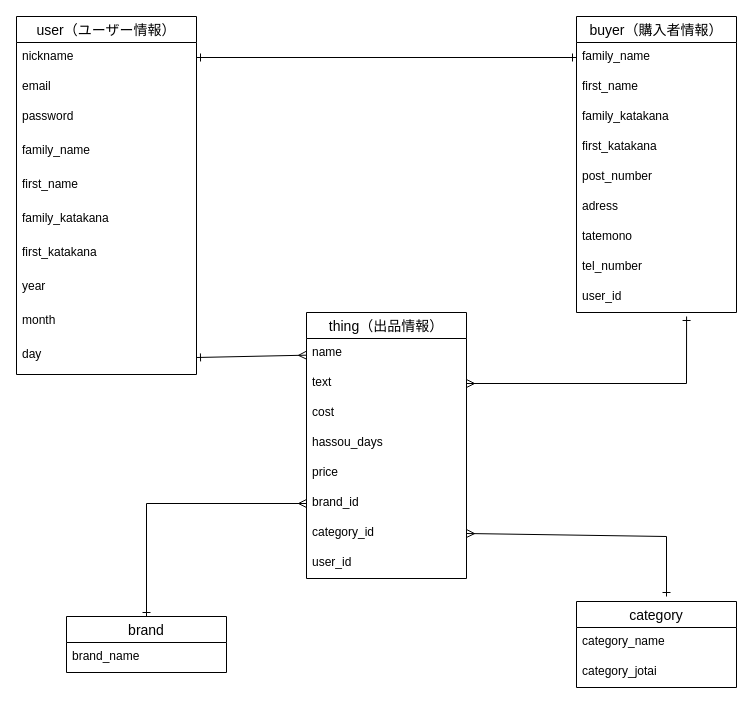
Earlier version of the draw.io diagram test.dio (gocci45/furima-32064). Source tidied: cells renumbered, new cells numbered last; positions are measured from the earlier drawing's top-left corner, leaving out a move shared by most shapes. Both pictures are drawn from the tidied source at 100%, with x=0, y=0 at pixel (16, 16).
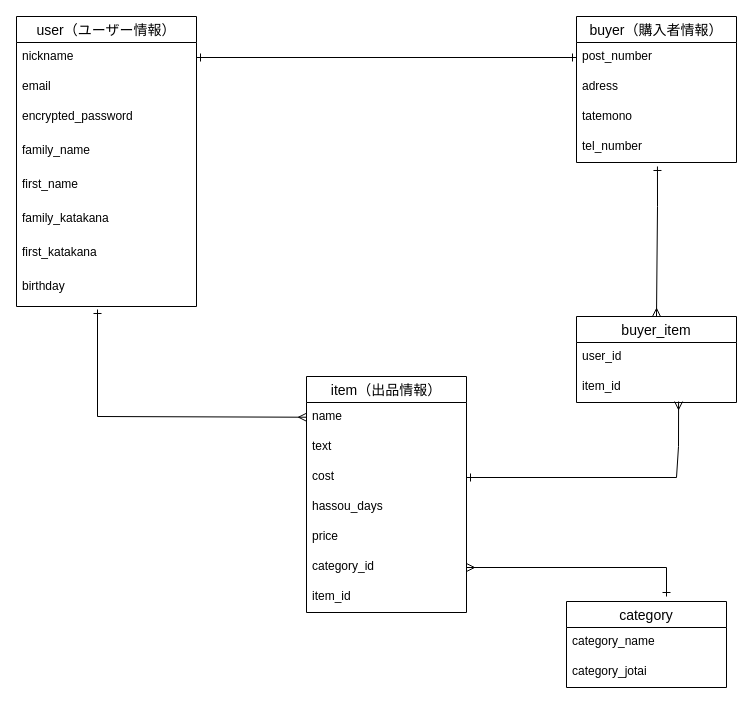
The same page after the edit.

The change refers to these unchanged cells:
```xml
<mxCell id="3" value="nickname" style="text;strokeColor=none;fillColor=none;spacingLeft=4;spacingRight=4;overflow=hidden;points=[[0,0.5],[1,0.5]];portConstraint=eastwest;fontSize=12;" parent="2" vertex="1">
  <mxGeometry y="26" width="180" height="30" as="geometry" />
</mxCell>
<mxCell id="30" value="name" style="text;strokeColor=none;fillColor=none;spacingLeft=4;spacingRight=4;overflow=hidden;points=[[0,0.5],[1,0.5]];portConstraint=eastwest;fontSize=12;" parent="29" vertex="1">
  <mxGeometry y="26" width="160" height="30" as="geometry" />
</mxCell>
<mxCell id="31" value="text" style="text;strokeColor=none;fillColor=none;spacingLeft=4;spacingRight=4;overflow=hidden;points=[[0,0.5],[1,0.5]];portConstraint=eastwest;fontSize=12;" parent="29" vertex="1">
  <mxGeometry y="56" width="160" height="30" as="geometry" />
</mxCell>
<mxCell id="32" value="cost" style="text;strokeColor=none;fillColor=none;spacingLeft=4;spacingRight=4;overflow=hidden;points=[[0,0.5],[1,0.5]];portConstraint=eastwest;fontSize=12;" parent="29" vertex="1">
  <mxGeometry y="86" width="160" height="30" as="geometry" />
</mxCell>
```

Diff of the diagram source:
```diff
@@
     <mxCell id="2" value="user（ユーザー情報）" style="swimlane;fontStyle=0;horizontal=1;startSize=26;align=center;fontSize=14;" parent="1" vertex="1">
-      <mxGeometry width="180" height="358" as="geometry" />
+      <mxGeometry width="180" height="290" as="geometry" />
     </mxCell>
@@
-    <mxCell id="5" value="password" style="text;strokeColor=none;fillColor=none;spacingLeft=4;spacingRight=4;overflow=hidden;fontSize=12;" parent="2" vertex="1">
+    <mxCell id="5" value="encrypted_password" style="text;strokeColor=none;fillColor=none;spacingLeft=4;spacingRight=4;overflow=hidden;fontSize=12;" parent="2" vertex="1">
       <mxGeometry y="86" width="180" height="34" as="geometry" />
     </mxCell>
@@
-    <mxCell id="10" value="year" style="text;strokeColor=none;fillColor=none;spacingLeft=4;spacingRight=4;overflow=hidden;points=[[0,0.5],[1,0.5]];portConstraint=eastwest;fontSize=12;" parent="2" vertex="1">
+    <mxCell id="10" value="birthday" style="text;strokeColor=none;fillColor=none;spacingLeft=4;spacingRight=4;overflow=hidden;points=[[0,0.5],[1,0.5]];portConstraint=eastwest;fontSize=12;" parent="2" vertex="1">
       <mxGeometry y="256" width="180" height="34" as="geometry" />
     </mxCell>
-    <mxCell id="11" value="month" style="text;strokeColor=none;fillColor=none;spacingLeft=4;spacingRight=4;overflow=hidden;fontSize=12;" parent="2" vertex="1">
-      <mxGeometry y="290" width="180" height="34" as="geometry" />
-    </mxCell>
-    <mxCell id="12" value="day" style="text;strokeColor=none;fillColor=none;spacingLeft=4;spacingRight=4;overflow=hidden;points=[[0,0.5],[1,0.5]];portConstraint=eastwest;fontSize=12;" parent="2" vertex="1">
-      <mxGeometry y="324" width="180" height="34" as="geometry" />
-    </mxCell>
     <mxCell id="13" value="buyer（購入者情報）" style="swimlane;fontStyle=0;horizontal=1;startSize=26;align=center;fontSize=14;" parent="1" vertex="1">
-      <mxGeometry x="560" width="160" height="296" as="geometry" />
+      <mxGeometry x="560" width="160" height="146" as="geometry" />
     </mxCell>
-    <mxCell id="14" value="family_name" style="text;strokeColor=none;fillColor=none;spacingLeft=4;spacingRight=4;overflow=hidden;points=[[0,0.5],[1,0.5]];portConstraint=eastwest;fontSize=12;" parent="13" vertex="1">
-      <mxGeometry y="26" width="160" height="30" as="geometry" />
-    </mxCell>
-    <mxCell id="15" value="first_name" style="text;strokeColor=none;fillColor=none;spacingLeft=4;spacingRight=4;overflow=hidden;fontSize=12;" parent="13" vertex="1">
-      <mxGeometry y="56" width="160" height="30" as="geometry" />
-    </mxCell>
-    <mxCell id="16" value="family_katakana" style="text;strokeColor=none;fillColor=none;spacingLeft=4;spacingRight=4;overflow=hidden;fontSize=12;" parent="13" vertex="1">
-      <mxGeometry y="86" width="160" height="30" as="geometry" />
-    </mxCell>
-    <mxCell id="17" value="first_katakana" style="text;strokeColor=none;fillColor=none;spacingLeft=4;spacingRight=4;overflow=hidden;fontSize=12;" parent="13" vertex="1">
-      <mxGeometry y="116" width="160" height="30" as="geometry" />
-    </mxCell>
     <mxCell id="18" value="post_number" style="text;strokeColor=none;fillColor=none;spacingLeft=4;spacingRight=4;overflow=hidden;fontSize=12;" parent="13" vertex="1">
-      <mxGeometry y="146" width="160" height="30" as="geometry" />
+      <mxGeometry y="26" width="160" height="30" as="geometry" />
     </mxCell>
     <mxCell id="19" value="adress" style="text;strokeColor=none;fillColor=none;spacingLeft=4;spacingRight=4;overflow=hidden;fontSize=12;" parent="13" vertex="1">
-      <mxGeometry y="176" width="160" height="30" as="geometry" />
+      <mxGeometry y="56" width="160" height="30" as="geometry" />
     </mxCell>
     <mxCell id="20" value="tatemono" style="text;strokeColor=none;fillColor=none;spacingLeft=4;spacingRight=4;overflow=hidden;fontSize=12;" parent="13" vertex="1">
-      <mxGeometry y="206" width="160" height="30" as="geometry" />
+      <mxGeometry y="86" width="160" height="30" as="geometry" />
     </mxCell>
     <mxCell id="21" value="tel_number" style="text;strokeColor=none;fillColor=none;spacingLeft=4;spacingRight=4;overflow=hidden;points=[[0,0.5],[1,0.5]];portConstraint=eastwest;fontSize=12;" parent="13" vertex="1">
-      <mxGeometry y="236" width="160" height="30" as="geometry" />
+      <mxGeometry y="116" width="160" height="30" as="geometry" />
     </mxCell>
-    <mxCell id="22" value="user_id" style="text;strokeColor=none;fillColor=none;spacingLeft=4;spacingRight=4;overflow=hidden;points=[[0,0.5],[1,0.5]];portConstraint=eastwest;fontSize=12;" parent="13" vertex="1">
-      <mxGeometry y="266" width="160" height="30" as="geometry" />
-    </mxCell>
-    <mxCell id="23" style="edgeStyle=none;rounded=0;jettySize=auto;html=1;exitX=0.5;exitY=0;exitDx=0;exitDy=0;entryX=0;entryY=0.5;entryDx=0;entryDy=0;startArrow=ERone;startFill=0;endArrow=ERmany;endFill=0;" parent="1" edge="1" source="24" target="35">
-      <mxGeometry relative="1" as="geometry">
-        <Array as="points">
-          <mxPoint x="130" y="487" />
-        </Array>
-      </mxGeometry>
-    </mxCell>
-    <mxCell id="24" value="brand" style="swimlane;fontStyle=0;horizontal=1;startSize=26;align=center;fontSize=14;" parent="1" vertex="1">
-      <mxGeometry x="50" y="600" width="160" height="56" as="geometry" />
-    </mxCell>
-    <mxCell id="25" value="brand_name" style="text;strokeColor=none;fillColor=none;spacingLeft=4;spacingRight=4;overflow=hidden;fontSize=12;" parent="24" vertex="1">
-      <mxGeometry y="26" width="160" height="30" as="geometry" />
-    </mxCell>
+    <mxCell id="38" style="edgeStyle=none;rounded=0;jettySize=auto;html=1;exitX=1;exitY=0.5;exitDx=0;exitDy=0;entryX=0;entryY=0.5;entryDx=0;entryDy=0;startArrow=ERone;startFill=0;endArrow=ERone;endFill=0;" parent="1" edge="1" source="3">
+      <mxGeometry relative="1" as="geometry">
+        <mxPoint x="560" y="41" as="targetPoint" />
+      </mxGeometry>
+    </mxCell>
+    <mxCell id="39" style="edgeStyle=none;rounded=0;jettySize=auto;html=1;exitX=1;exitY=0.5;exitDx=0;exitDy=0;startArrow=ERmany;startFill=0;endArrow=ERone;endFill=0;" parent="1" edge="1" source="36">
+      <mxGeometry relative="1" as="geometry">
+        <mxPoint x="650" y="580" as="targetPoint" />
+        <Array as="points">
+          <mxPoint x="650" y="551" />
+        </Array>
+      </mxGeometry>
+    </mxCell>
+    <mxCell id="40" style="edgeStyle=none;rounded=0;jettySize=auto;html=1;exitX=0.45;exitY=1.088;exitDx=0;exitDy=0;startArrow=ERone;startFill=0;endArrow=ERmany;endFill=0;exitPerimeter=0;" parent="1" edge="1" source="10" target="30">
+      <mxGeometry relative="1" as="geometry">
+        <Array as="points">
+          <mxPoint x="81" y="400" />
+        </Array>
+      </mxGeometry>
+    </mxCell>
     <mxCell id="26" value="category" style="swimlane;fontStyle=0;horizontal=1;startSize=26;align=center;fontSize=14;" parent="1" vertex="1">
-      <mxGeometry x="560" y="585" width="160" height="86" as="geometry" />
+      <mxGeometry x="550" y="585" width="160" height="86" as="geometry" />
     </mxCell>
@@
-    <mxCell id="29" value="thing（出品情報）" style="swimlane;fontStyle=0;horizontal=1;startSize=26;align=center;fontSize=14;" parent="1" vertex="1">
-      <mxGeometry x="290" y="296" width="160" height="266" as="geometry" />
+    <mxCell id="29" value="item（出品情報）" style="swimlane;fontStyle=0;horizontal=1;startSize=26;align=center;fontSize=14;" parent="1" vertex="1">
+      <mxGeometry x="290" y="360" width="160" height="236" as="geometry" />
     </mxCell>
@@
-    <mxCell id="35" value="brand_id" style="text;strokeColor=none;fillColor=none;spacingLeft=4;spacingRight=4;overflow=hidden;points=[[0,0.5],[1,0.5]];portConstraint=eastwest;fontSize=12;" parent="29" vertex="1">
-      <mxGeometry y="176" width="160" height="30" as="geometry" />
-    </mxCell>
     <mxCell id="36" value="category_id" style="text;strokeColor=none;fillColor=none;spacingLeft=4;spacingRight=4;overflow=hidden;points=[[0,0.5],[1,0.5]];portConstraint=eastwest;fontSize=12;" parent="29" vertex="1">
-      <mxGeometry y="206" width="160" height="30" as="geometry" />
+      <mxGeometry y="176" width="160" height="30" as="geometry" />
     </mxCell>
-    <mxCell id="37" value="user_id" style="text;strokeColor=none;fillColor=none;spacingLeft=4;spacingRight=4;overflow=hidden;fontSize=12;" parent="29" vertex="1">
-      <mxGeometry y="236" width="160" height="30" as="geometry" />
-    </mxCell>
-    <mxCell id="38" style="edgeStyle=none;rounded=0;jettySize=auto;html=1;exitX=1;exitY=0.5;exitDx=0;exitDy=0;entryX=0;entryY=0.5;entryDx=0;entryDy=0;startArrow=ERone;startFill=0;endArrow=ERone;endFill=0;" parent="1" edge="1" source="3" target="14">
-      <mxGeometry relative="1" as="geometry" />
-    </mxCell>
-    <mxCell id="39" style="edgeStyle=none;rounded=0;jettySize=auto;html=1;exitX=1;exitY=0.5;exitDx=0;exitDy=0;startArrow=ERmany;startFill=0;endArrow=ERone;endFill=0;" parent="1" edge="1" source="36">
-      <mxGeometry relative="1" as="geometry">
-        <mxPoint x="650" y="580" as="targetPoint" />
-        <Array as="points">
-          <mxPoint x="650" y="520" />
-        </Array>
-      </mxGeometry>
-    </mxCell>
-    <mxCell id="40" style="edgeStyle=none;rounded=0;jettySize=auto;html=1;exitX=1;exitY=0.5;exitDx=0;exitDy=0;startArrow=ERone;startFill=0;endArrow=ERmany;endFill=0;" parent="1" edge="1" source="12" target="30">
-      <mxGeometry relative="1" as="geometry" />
-    </mxCell>
-    <mxCell id="41" style="edgeStyle=none;rounded=0;jettySize=auto;html=1;exitX=1;exitY=0.5;exitDx=0;exitDy=0;entryX=0.688;entryY=1.133;entryDx=0;entryDy=0;entryPerimeter=0;startArrow=ERmany;startFill=0;endArrow=ERone;endFill=0;" parent="1" edge="1" source="31" target="22">
-      <mxGeometry relative="1" as="geometry">
-        <Array as="points">
-          <mxPoint x="670" y="367" />
-        </Array>
-      </mxGeometry>
-    </mxCell>
+    <mxCell id="42" value="item_id" style="text;strokeColor=none;fillColor=none;spacingLeft=4;spacingRight=4;overflow=hidden;fontSize=12;" parent="29" vertex="1">
+      <mxGeometry y="206" width="160" height="30" as="geometry" />
+    </mxCell>
+    <mxCell id="43" style="edgeStyle=none;rounded=0;jettySize=auto;html=1;exitX=0.5;exitY=0;exitDx=0;exitDy=0;entryX=0.506;entryY=1.133;entryDx=0;entryDy=0;entryPerimeter=0;startArrow=ERmany;startFill=0;endArrow=ERone;endFill=0;" parent="1" edge="1" source="44" target="21">
+      <mxGeometry relative="1" as="geometry">
+        <Array as="points">
+          <mxPoint x="641" y="190" />
+        </Array>
+      </mxGeometry>
+    </mxCell>
+    <mxCell id="44" value="buyer_item" style="swimlane;fontStyle=0;horizontal=1;startSize=26;align=center;fontSize=14;" parent="1" vertex="1">
+      <mxGeometry x="560" y="300" width="160" height="86" as="geometry" />
+    </mxCell>
+    <mxCell id="45" value="user_id" style="text;strokeColor=none;fillColor=none;spacingLeft=4;spacingRight=4;overflow=hidden;fontSize=12;" parent="44" vertex="1">
+      <mxGeometry y="26" width="160" height="30" as="geometry" />
+    </mxCell>
+    <mxCell id="46" value="item_id" style="text;strokeColor=none;fillColor=none;spacingLeft=4;spacingRight=4;overflow=hidden;points=[[0,0.5],[1,0.5]];portConstraint=eastwest;fontSize=12;" parent="44" vertex="1">
+      <mxGeometry y="56" width="160" height="30" as="geometry" />
+    </mxCell>
+    <mxCell id="47" style="edgeStyle=none;rounded=0;jettySize=auto;html=1;exitX=1;exitY=0.5;exitDx=0;exitDy=0;entryX=0.638;entryY=0.967;entryDx=0;entryDy=0;entryPerimeter=0;startArrow=ERone;startFill=0;endArrow=ERmany;endFill=0;" parent="1" edge="1" source="32" target="46">
+      <mxGeometry relative="1" as="geometry">
+        <Array as="points">
+          <mxPoint x="660" y="461" />
+          <mxPoint x="662" y="430" />
+        </Array>
+      </mxGeometry>
+    </mxCell>
```
